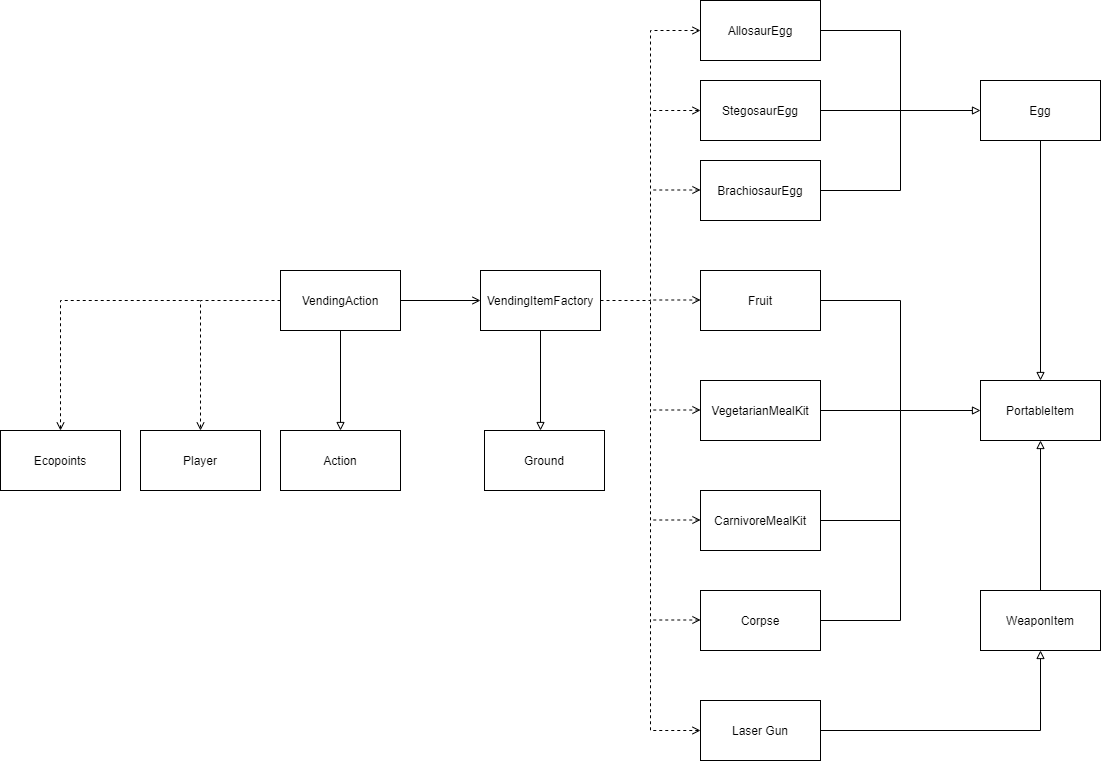
Above: docs/FIT2099_A1_UML_ItemsVendingMachine.png in Nochl/Jurrasic_Park_Sim (draw.io), before the change. Source tidied: cells renumbered, new cells last; positions are measured from the earlier drawing's top-left corner, leaving out a move shared by most shapes.
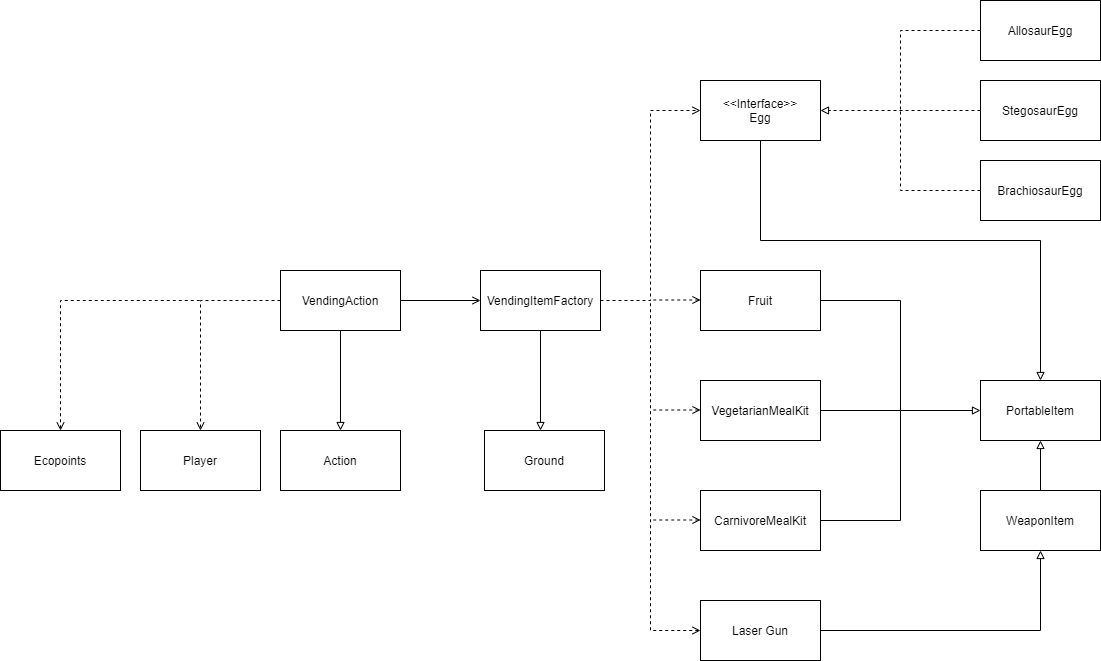
Later version of the same file.

Commit message:
Removed corpse class from UML Diagram. Previous Commit history located in mySequences branch

What changed in the source:
```diff
@@ -2,43 +2,21 @@
   <root>
     <mxCell id="0" />
     <mxCell id="1" parent="0" />
-    <mxCell id="2" style="edgeStyle=orthogonalEdgeStyle;rounded=0;jettySize=auto;html=1;exitX=0.5;exitY=1;exitDx=0;exitDy=0;entryX=0.5;entryY=0;entryDx=0;entryDy=0;startArrow=none;startFill=0;endArrow=block;endFill=0;" parent="1" edge="1" source="3" target="26">
-      <mxGeometry relative="1" as="geometry" />
+    <mxCell id="2" style="edgeStyle=orthogonalEdgeStyle;rounded=0;jettySize=auto;html=1;entryX=0.5;entryY=0;entryDx=0;entryDy=0;startArrow=none;startFill=0;endArrow=block;endFill=0;exitX=0.5;exitY=1;exitDx=0;exitDy=0;" parent="1" edge="1" source="3" target="26">
+      <mxGeometry relative="1" as="geometry">
+        <Array as="points">
+          <mxPoint x="760" y="240" />
+          <mxPoint x="1040" y="240" />
+        </Array>
+      </mxGeometry>
     </mxCell>
-    <mxCell id="3" value="Egg" style="whiteSpace=wrap;html=1;" parent="1" vertex="1">
-      <mxGeometry x="980" y="80" width="120" height="60" as="geometry" />
+    <mxCell id="3" value="&amp;lt;&amp;lt;Interface&amp;gt;&amp;gt;&lt;br&gt;Egg" style="whiteSpace=wrap;html=1;" parent="1" vertex="1">
+      <mxGeometry x="700" y="80" width="120" height="60" as="geometry" />
     </mxCell>
-    <mxCell id="4" style="edgeStyle=orthogonalEdgeStyle;rounded=0;jettySize=auto;html=1;exitX=1;exitY=0.5;exitDx=0;exitDy=0;endArrow=block;endFill=0;entryX=0;entryY=0.5;entryDx=0;entryDy=0;" parent="1" edge="1" source="6" target="3">
-      <mxGeometry relative="1" as="geometry" />
-    </mxCell>
-    <mxCell id="5" style="edgeStyle=orthogonalEdgeStyle;rounded=0;jettySize=auto;html=1;exitX=0;exitY=0.5;exitDx=0;exitDy=0;dashed=1;endArrow=none;endFill=0;startArrow=open;startFill=0;" parent="1" edge="1" source="6">
-      <mxGeometry relative="1" as="geometry">
-        <mxPoint x="650" y="110" as="targetPoint" />
-      </mxGeometry>
-    </mxCell>
-    <mxCell id="6" value="StegosaurEgg" style="whiteSpace=wrap;html=1;" parent="1" vertex="1">
-      <mxGeometry x="700" y="80" width="120" height="60" as="geometry" />
-    </mxCell>
-    <mxCell id="7" style="edgeStyle=orthogonalEdgeStyle;rounded=0;jettySize=auto;html=1;exitX=1;exitY=0.5;exitDx=0;exitDy=0;startArrow=none;startFill=0;endArrow=none;endFill=0;" parent="1" edge="1" source="8">
-      <mxGeometry relative="1" as="geometry">
-        <mxPoint x="900" y="110" as="targetPoint" />
-      </mxGeometry>
-    </mxCell>
-    <mxCell id="8" value="BrachiosaurEgg" style="whiteSpace=wrap;html=1;" parent="1" vertex="1">
-      <mxGeometry x="700" y="160" width="120" height="60" as="geometry" />
-    </mxCell>
-    <mxCell id="9" style="edgeStyle=orthogonalEdgeStyle;rounded=0;jettySize=auto;html=1;exitX=1;exitY=0.5;exitDx=0;exitDy=0;startArrow=none;startFill=0;endArrow=none;endFill=0;" parent="1" edge="1" source="10">
-      <mxGeometry relative="1" as="geometry">
-        <mxPoint x="900" y="110" as="targetPoint" />
-      </mxGeometry>
-    </mxCell>
-    <mxCell id="10" value="AllosaurEgg" style="whiteSpace=wrap;html=1;" parent="1" vertex="1">
-      <mxGeometry x="700" width="120" height="60" as="geometry" />
-    </mxCell>
     <mxCell id="11" style="edgeStyle=orthogonalEdgeStyle;rounded=0;jettySize=auto;html=1;entryX=0.5;entryY=1;entryDx=0;entryDy=0;endArrow=block;endFill=0;" parent="1" edge="1" source="13" target="28">
       <mxGeometry relative="1" as="geometry">
         <Array as="points">
-          <mxPoint x="1040" y="730" />
+          <mxPoint x="1040" y="630" />
         </Array>
       </mxGeometry>
     </mxCell>
@@ -48,7 +26,7 @@
       </mxGeometry>
     </mxCell>
     <mxCell id="13" value="Laser Gun" style="rounded=0;whiteSpace=wrap;html=1;" parent="1" vertex="1">
-      <mxGeometry x="700" y="700" width="120" height="60" as="geometry" />
+      <mxGeometry x="700" y="600" width="120" height="60" as="geometry" />
     </mxCell>
     <mxCell id="14" style="edgeStyle=orthogonalEdgeStyle;rounded=0;jettySize=auto;html=1;exitX=1;exitY=0.5;exitDx=0;exitDy=0;endArrow=none;endFill=0;" parent="1" edge="1" source="15">
       <mxGeometry relative="1" as="geometry">
@@ -66,10 +44,8 @@
     <mxCell id="17" value="VegetarianMealKit" style="whiteSpace=wrap;html=1;" parent="1" vertex="1">
       <mxGeometry x="700" y="380" width="120" height="60" as="geometry" />
     </mxCell>
-    <mxCell id="18" style="edgeStyle=orthogonalEdgeStyle;rounded=0;jettySize=auto;html=1;exitX=1;exitY=0.5;exitDx=0;exitDy=0;endArrow=none;endFill=0;" parent="1" edge="1" source="19">
-      <mxGeometry relative="1" as="geometry">
-        <mxPoint x="900" y="520" as="targetPoint" />
-      </mxGeometry>
+    <mxCell id="18" style="edgeStyle=orthogonalEdgeStyle;rounded=0;jettySize=auto;html=1;exitX=1;exitY=0.5;exitDx=0;exitDy=0;endArrow=block;endFill=0;entryX=0;entryY=0.5;entryDx=0;entryDy=0;" parent="1" edge="1" source="19" target="26">
+      <mxGeometry relative="1" as="geometry" />
     </mxCell>
     <mxCell id="19" value="CarnivoreMealKit" style="whiteSpace=wrap;html=1;" parent="1" vertex="1">
       <mxGeometry x="700" y="490" width="120" height="60" as="geometry" />
@@ -88,12 +64,6 @@
     <mxCell id="23" value="VendingAction" style="whiteSpace=wrap;html=1;" parent="1" vertex="1">
       <mxGeometry x="280" y="270" width="120" height="60" as="geometry" />
     </mxCell>
-    <mxCell id="24" style="edgeStyle=orthogonalEdgeStyle;rounded=0;jettySize=auto;html=1;exitX=1;exitY=0.5;exitDx=0;exitDy=0;entryX=0;entryY=0.5;entryDx=0;entryDy=0;endArrow=block;endFill=0;" parent="1" edge="1" source="25" target="26">
-      <mxGeometry relative="1" as="geometry" />
-    </mxCell>
-    <mxCell id="25" value="Corpse" style="whiteSpace=wrap;html=1;" parent="1" vertex="1">
-      <mxGeometry x="700" y="590" width="120" height="60" as="geometry" />
-    </mxCell>
     <mxCell id="26" value="PortableItem" style="whiteSpace=wrap;html=1;" parent="1" vertex="1">
       <mxGeometry x="980" y="380" width="120" height="60" as="geometry" />
     </mxCell>
@@ -101,19 +71,24 @@
       <mxGeometry relative="1" as="geometry" />
     </mxCell>
     <mxCell id="28" value="WeaponItem" style="rounded=0;whiteSpace=wrap;html=1;" parent="1" vertex="1">
-      <mxGeometry x="980" y="590" width="120" height="60" as="geometry" />
+      <mxGeometry x="980" y="490" width="120" height="60" as="geometry" />
     </mxCell>
     <mxCell id="29" value="Action" style="whiteSpace=wrap;html=1;" parent="1" vertex="1">
       <mxGeometry x="280" y="430" width="120" height="60" as="geometry" />
     </mxCell>
-    <mxCell id="30" style="edgeStyle=orthogonalEdgeStyle;rounded=0;jettySize=auto;html=1;exitX=1;exitY=0.5;exitDx=0;exitDy=0;entryX=0;entryY=0.5;entryDx=0;entryDy=0;endArrow=open;endFill=0;dashed=1;" parent="1" edge="1" source="32" target="10">
-      <mxGeometry relative="1" as="geometry" />
-    </mxCell>
     <mxCell id="31" style="edgeStyle=orthogonalEdgeStyle;rounded=0;jettySize=auto;html=1;exitX=0.5;exitY=1;exitDx=0;exitDy=0;endArrow=block;endFill=0;" parent="1" edge="1" source="32">
       <mxGeometry relative="1" as="geometry">
         <mxPoint x="540" y="430" as="targetPoint" />
       </mxGeometry>
     </mxCell>
+    <mxCell id="42" style="edgeStyle=orthogonalEdgeStyle;rounded=0;jettySize=auto;html=1;exitX=1;exitY=0.5;exitDx=0;exitDy=0;entryX=0;entryY=0.5;entryDx=0;entryDy=0;dashed=1;endArrow=open;endFill=0;" parent="1" edge="1" source="32" target="3">
+      <mxGeometry relative="1" as="geometry">
+        <Array as="points">
+          <mxPoint x="650" y="300" />
+          <mxPoint x="650" y="110" />
+        </Array>
+      </mxGeometry>
+    </mxCell>
     <mxCell id="32" value="VendingItemFactory" style="whiteSpace=wrap;html=1;" parent="1" vertex="1">
       <mxGeometry x="480" y="270" width="120" height="60" as="geometry" />
     </mxCell>
@@ -123,12 +98,6 @@
         <mxPoint x="650" y="299.5" as="targetPoint" />
       </mxGeometry>
     </mxCell>
-    <mxCell id="34" style="edgeStyle=orthogonalEdgeStyle;rounded=0;orthogonalLoop=1;jettySize=auto;html=1;exitX=0;exitY=0.5;exitDx=0;exitDy=0;dashed=1;endArrow=none;endFill=0;startArrow=open;startFill=0;" parent="1" edge="1">
-      <mxGeometry relative="1" as="geometry">
-        <mxPoint x="700" y="189.5" as="sourcePoint" />
-        <mxPoint x="650" y="189.5" as="targetPoint" />
-      </mxGeometry>
-    </mxCell>
     <mxCell id="35" style="edgeStyle=orthogonalEdgeStyle;rounded=0;orthogonalLoop=1;jettySize=auto;html=1;exitX=0;exitY=0.5;exitDx=0;exitDy=0;dashed=1;endArrow=none;endFill=0;startArrow=open;startFill=0;" parent="1" edge="1">
       <mxGeometry relative="1" as="geometry">
         <mxPoint x="700" y="409.5" as="sourcePoint" />
@@ -141,12 +110,6 @@
         <mxPoint x="650" y="519.5" as="targetPoint" />
       </mxGeometry>
     </mxCell>
-    <mxCell id="37" style="edgeStyle=orthogonalEdgeStyle;rounded=0;orthogonalLoop=1;jettySize=auto;html=1;exitX=0;exitY=0.5;exitDx=0;exitDy=0;dashed=1;endArrow=none;endFill=0;startArrow=open;startFill=0;" parent="1" edge="1">
-      <mxGeometry relative="1" as="geometry">
-        <mxPoint x="700" y="619.5" as="sourcePoint" />
-        <mxPoint x="650" y="619.5" as="targetPoint" />
-      </mxGeometry>
-    </mxCell>
     <mxCell id="38" value="Player" style="whiteSpace=wrap;html=1;" parent="1" vertex="1">
       <mxGeometry x="140" y="430" width="120" height="60" as="geometry" />
     </mxCell>
@@ -165,5 +128,27 @@
     <mxCell id="41" value="Ground" style="whiteSpace=wrap;html=1;" parent="1" vertex="1">
       <mxGeometry x="484" y="430" width="120" height="60" as="geometry" />
     </mxCell>
+    <mxCell id="4" style="edgeStyle=orthogonalEdgeStyle;rounded=0;jettySize=auto;html=1;exitX=0;exitY=0.5;exitDx=0;exitDy=0;endArrow=block;endFill=0;dashed=1;" parent="1" edge="1" source="6" target="3">
+      <mxGeometry relative="1" as="geometry" />
+    </mxCell>
+    <mxCell id="7" style="edgeStyle=orthogonalEdgeStyle;rounded=0;jettySize=auto;html=1;exitX=0;exitY=0.5;exitDx=0;exitDy=0;startArrow=none;startFill=0;endArrow=none;endFill=0;dashed=1;" parent="1" edge="1" source="8">
+      <mxGeometry x="710" y="380" as="geometry">
+        <mxPoint x="900" y="110" as="targetPoint" />
+      </mxGeometry>
+    </mxCell>
+    <mxCell id="9" style="edgeStyle=orthogonalEdgeStyle;rounded=0;jettySize=auto;html=1;startArrow=none;startFill=0;endArrow=none;endFill=0;dashed=1;" parent="1" edge="1" source="10">
+      <mxGeometry x="710" y="380" as="geometry">
+        <mxPoint x="900" y="110" as="targetPoint" />
+      </mxGeometry>
+    </mxCell>
+    <mxCell id="6" value="StegosaurEgg" style="whiteSpace=wrap;html=1;" parent="1" vertex="1">
+      <mxGeometry x="980" y="80" width="120" height="60" as="geometry" />
+    </mxCell>
+    <mxCell id="10" value="AllosaurEgg" style="whiteSpace=wrap;html=1;" parent="1" vertex="1">
+      <mxGeometry x="980" width="120" height="60" as="geometry" />
+    </mxCell>
+    <mxCell id="8" value="BrachiosaurEgg" style="whiteSpace=wrap;html=1;" parent="1" vertex="1">
+      <mxGeometry x="980" y="160" width="120" height="60" as="geometry" />
+    </mxCell>
   </root>
 </mxGraphModel>
```
